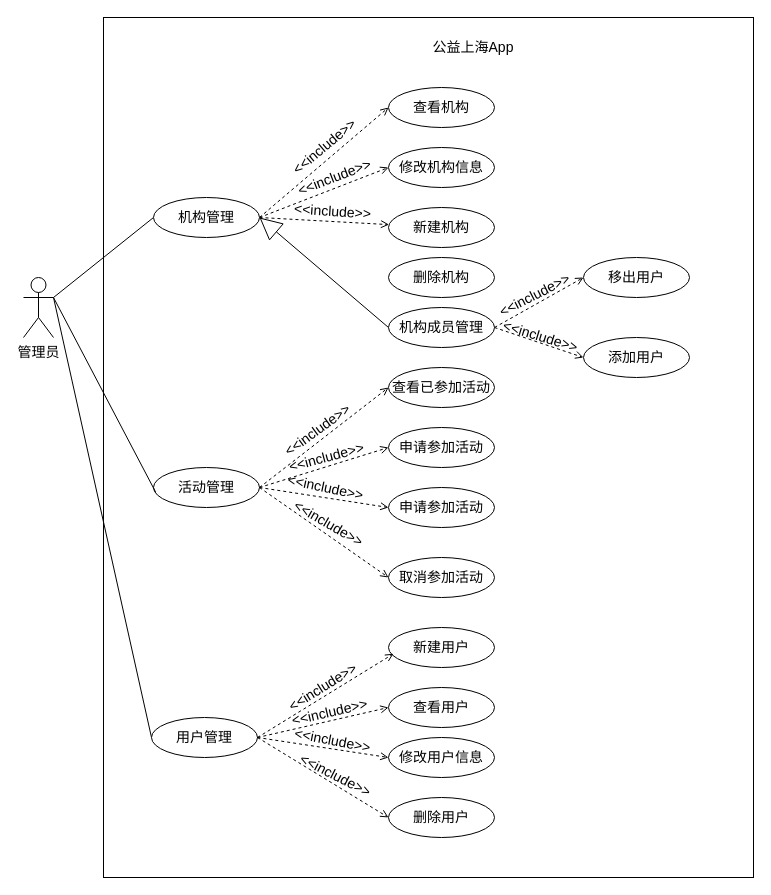
Above: 管理员用例图.drawio in Xiaoran630/drow (draw.io), before the change. Source tidied: cells renumbered, new cells numbered last; positions are measured from the earlier drawing's top-left corner, leaving out a move shared by most shapes. Both pictures are drawn from the tidied source at 100%, with x=0, y=0 at pixel (23, 17).
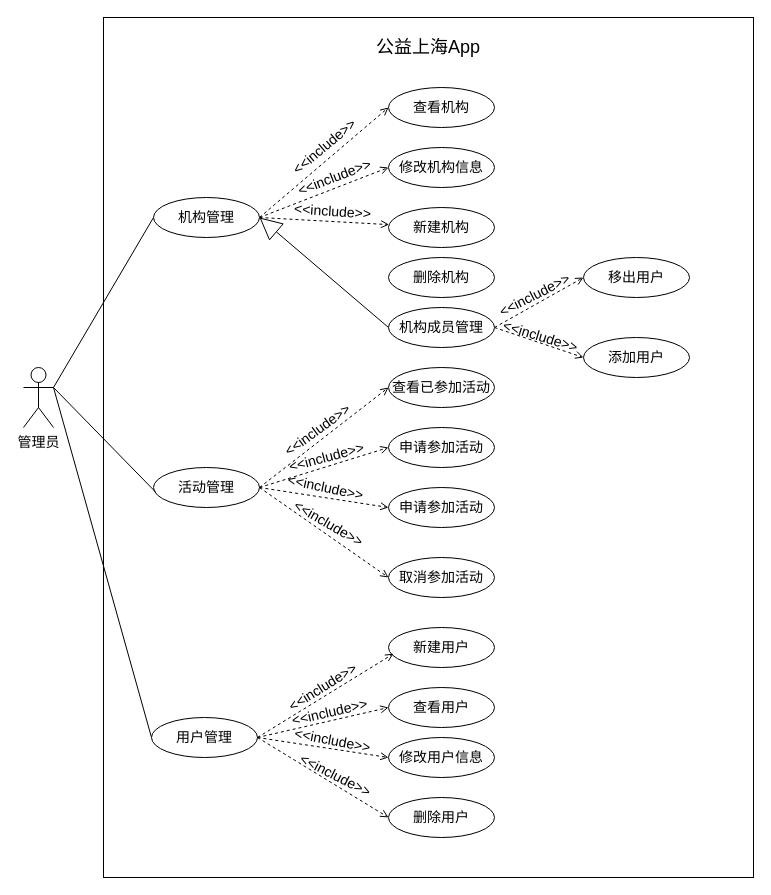
Above is the later version.

Commit message (it also covers changes not shown here):
更新管理员用例图.drawio

Diff of the diagram source:
```diff
@@
     <mxCell id="4" value="管理员" style="shape=umlActor;verticalLabelPosition=bottom;verticalAlign=top;html=1;outlineConnect=0;fontSize=14;labelBackgroundColor=none;" parent="1" vertex="1">
-      <mxGeometry y="260" width="30" height="60" as="geometry" />
+      <mxGeometry y="350" width="30" height="60" as="geometry" />
     </mxCell>
@@
-    <mxCell id="34" value="公益上海App" style="rounded=0;whiteSpace=wrap;html=1;strokeColor=none;fillColor=none;fontSize=14;labelBackgroundColor=none;" parent="1" vertex="1">
-      <mxGeometry x="390" y="20" width="120" height="20" as="geometry" />
+    <mxCell id="34" value="公益上海App" style="rounded=0;whiteSpace=wrap;html=1;strokeColor=none;fillColor=none;fontSize=18;labelBackgroundColor=none;" parent="1" vertex="1">
+      <mxGeometry x="345" y="20" width="120" height="20" as="geometry" />
     </mxCell>
```
